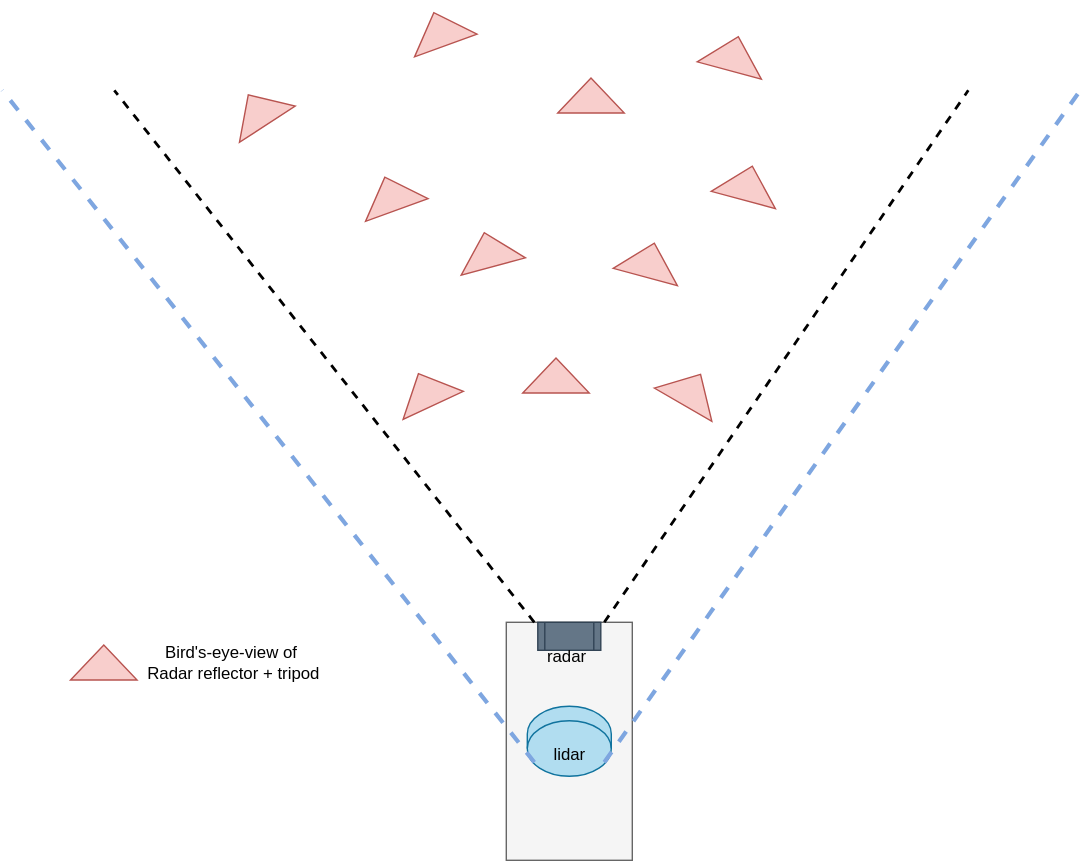
This is calibrators/docs/images/marker_radar_lidar_calibrator/marker_radar_lidar_vis.svg from tier4/CalibrationTools, a draw.io export, as it was before one commit. Source tidied: cells renumbered, new cells last; positions are measured from the earlier drawing's top-left corner, leaving out a move shared by most shapes.
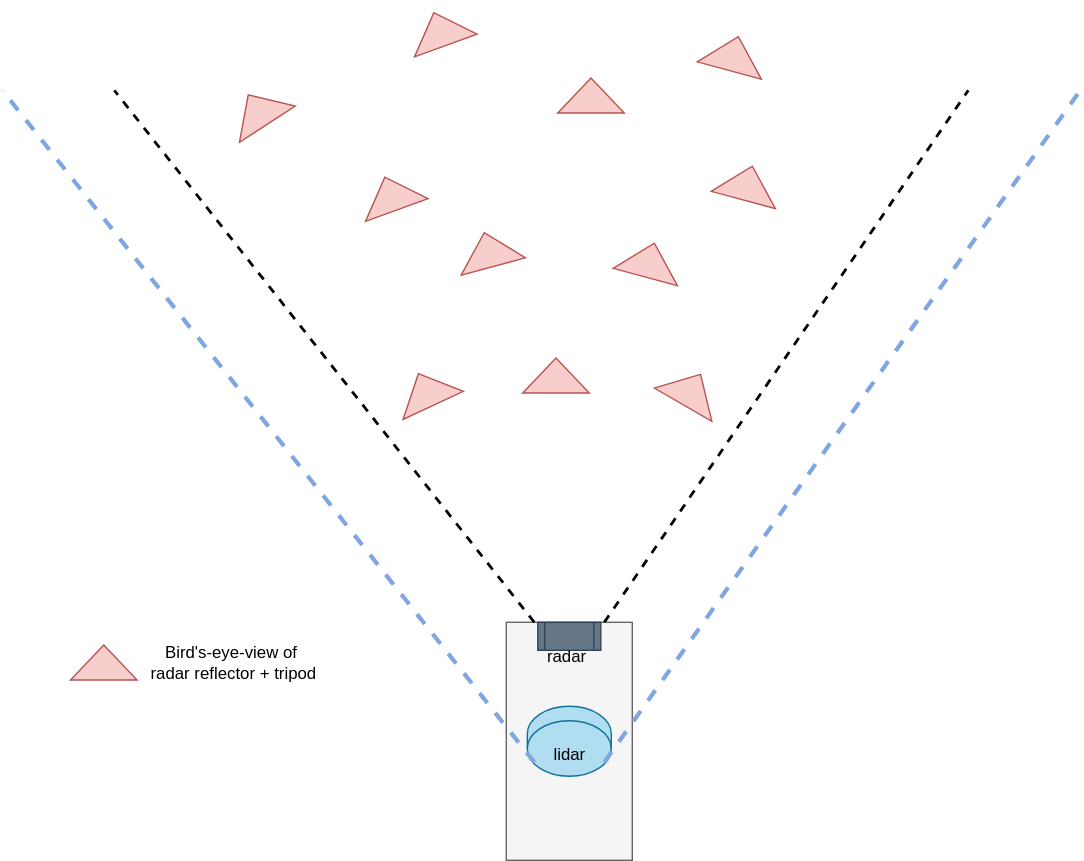
The same file after the commit.

Commit message:
chore: add radar foreground and background image and explanation

Diff of the diagram source:
```diff
@@ -44,8 +44,8 @@
         <mxPoint x="770" y="68" as="targetPoint" />
       </mxGeometry>
     </mxCell>
-    <mxCell id="12" value="Bird's-eye-view of&amp;nbsp;&lt;div&gt;Radar reflector + tripod&lt;/div&gt;" style="text;html=1;align=center;verticalAlign=middle;strokeColor=none;fillColor=none;" parent="1" vertex="1">
-      <mxGeometry x="90" y="456.8" width="150" height="40" as="geometry" />
+    <mxCell id="12" value="Bird's-eye-view of&amp;nbsp;&lt;div&gt;radar reflector + tripod&lt;/div&gt;" style="text;html=1;align=center;verticalAlign=middle;strokeColor=none;fillColor=none;" parent="1" vertex="1">
+      <mxGeometry x="95" y="456.8" width="140" height="40" as="geometry" />
     </mxCell>
     <mxCell id="13" style="triangle;whiteSpace=wrap;html=1;rotation=-90;fillColor=#f8cecc;strokeColor=#b85450;" parent="1" vertex="1">
       <mxGeometry x="60" y="453" width="25" height="47.5" as="geometry" />
```
